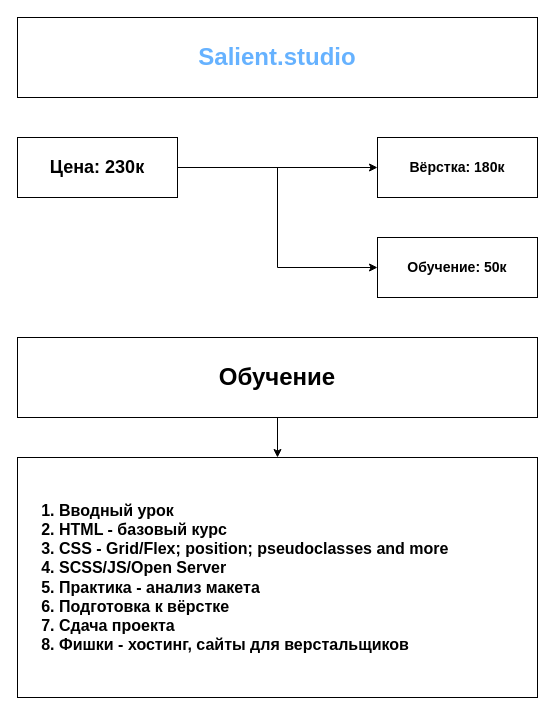
The draw.io diagram klep.drawio in Matrasos/Klepikovskii, before the edit. Source tidied: cells renumbered, new cells numbered last; positions are measured from the earlier drawing's top-left corner, leaving out a move shared by most shapes. Both pictures are drawn from the tidied source at 100%, with x=0, y=0 at pixel (17, 17).
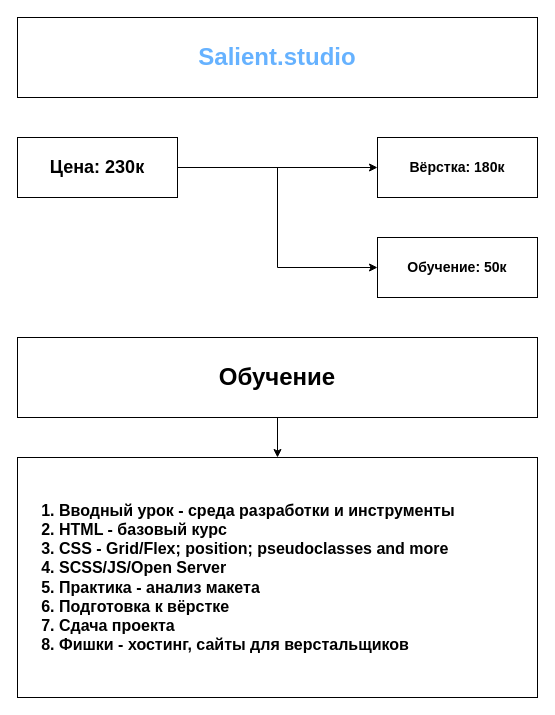
After the change.

Diff of the diagram source:
```diff
@@
 <mxGraphModel>
   <root>
     <mxCell id="0" />
     <mxCell id="1" parent="0" />
     <mxCell id="2" value="&lt;h1&gt;&lt;font color=&quot;#66b2ff&quot;&gt;Salient.studio&lt;/font&gt;&lt;/h1&gt;" style="rounded=0;whiteSpace=wrap;html=1;strokeColor=default;" parent="1" vertex="1">
       <mxGeometry width="520" height="80" as="geometry" />
     </mxCell>
     <mxCell id="3" style="edgeStyle=orthogonalEdgeStyle;rounded=0;jettySize=auto;html=1;entryX=0;entryY=0.5;entryDx=0;entryDy=0;" parent="1" edge="1" source="5" target="6">
       <mxGeometry relative="1" as="geometry" />
     </mxCell>
     <mxCell id="4" style="edgeStyle=orthogonalEdgeStyle;rounded=0;jettySize=auto;html=1;entryX=0;entryY=0.5;entryDx=0;entryDy=0;" parent="1" edge="1" source="5" target="7">
       <mxGeometry relative="1" as="geometry" />
     </mxCell>
     <mxCell id="5" value="&lt;h2&gt;Цена: 230к&lt;/h2&gt;" style="rounded=0;whiteSpace=wrap;html=1;" parent="1" vertex="1">
       <mxGeometry y="120" width="160" height="60" as="geometry" />
     </mxCell>
     <mxCell id="6" value="&lt;h3&gt;Вёрстка: 180к&lt;/h3&gt;" style="rounded=0;whiteSpace=wrap;html=1;" parent="1" vertex="1">
       <mxGeometry x="360" y="120" width="160" height="60" as="geometry" />
     </mxCell>
     <mxCell id="7" value="&lt;h3&gt;Обучение: 50к&lt;/h3&gt;" style="rounded=0;whiteSpace=wrap;html=1;" parent="1" vertex="1">
       <mxGeometry x="360" y="220" width="160" height="60" as="geometry" />
     </mxCell>
     <mxCell id="8" style="edgeStyle=orthogonalEdgeStyle;rounded=0;jettySize=auto;html=1;entryX=0.5;entryY=0;entryDx=0;entryDy=0;" parent="1" edge="1" source="9" target="10">
       <mxGeometry relative="1" as="geometry" />
     </mxCell>
     <mxCell id="9" value="&lt;h1&gt;Обучение&lt;/h1&gt;" style="rounded=0;whiteSpace=wrap;html=1;" parent="1" vertex="1">
       <mxGeometry y="320" width="520" height="80" as="geometry" />
     </mxCell>
-    <mxCell id="10" value="&lt;h3 style=&quot;font-size: 16px;&quot;&gt;&lt;ol&gt;&lt;li&gt;Вводный урок&lt;/li&gt;&lt;li&gt;HTML - базовый курс&lt;/li&gt;&lt;li&gt;CSS - Grid/Flex; position; pseudoclasses and more&lt;/li&gt;&lt;li&gt;SCSS/JS/Open Server&lt;/li&gt;&lt;li&gt;Практика - анализ макета&lt;/li&gt;&lt;li&gt;Подготовка к вёрстке&amp;nbsp;&lt;/li&gt;&lt;li&gt;Сдача проекта&lt;/li&gt;&lt;li&gt;Фишки - хостинг, сайты для верстальщиков&lt;/li&gt;&lt;/ol&gt;&lt;/h3&gt;" style="rounded=0;whiteSpace=wrap;html=1;align=left;" parent="1" vertex="1">
+    <mxCell id="10" value="&lt;h3 style=&quot;font-size: 16px;&quot;&gt;&lt;ol&gt;&lt;li&gt;Вводный урок - среда разработки и инструменты&lt;/li&gt;&lt;li&gt;HTML - базовый курс&lt;/li&gt;&lt;li&gt;CSS - Grid/Flex; position; pseudoclasses and more&lt;/li&gt;&lt;li&gt;SCSS/JS/Open Server&lt;/li&gt;&lt;li&gt;Практика - анализ макета&lt;/li&gt;&lt;li&gt;Подготовка к вёрстке&amp;nbsp;&lt;/li&gt;&lt;li&gt;Сдача проекта&lt;/li&gt;&lt;li&gt;Фишки - хостинг, сайты для верстальщиков&lt;/li&gt;&lt;/ol&gt;&lt;/h3&gt;" style="rounded=0;whiteSpace=wrap;html=1;align=left;" parent="1" vertex="1">
       <mxGeometry y="440" width="520" height="240" as="geometry" />
     </mxCell>
   </root>
 </mxGraphModel>
```
